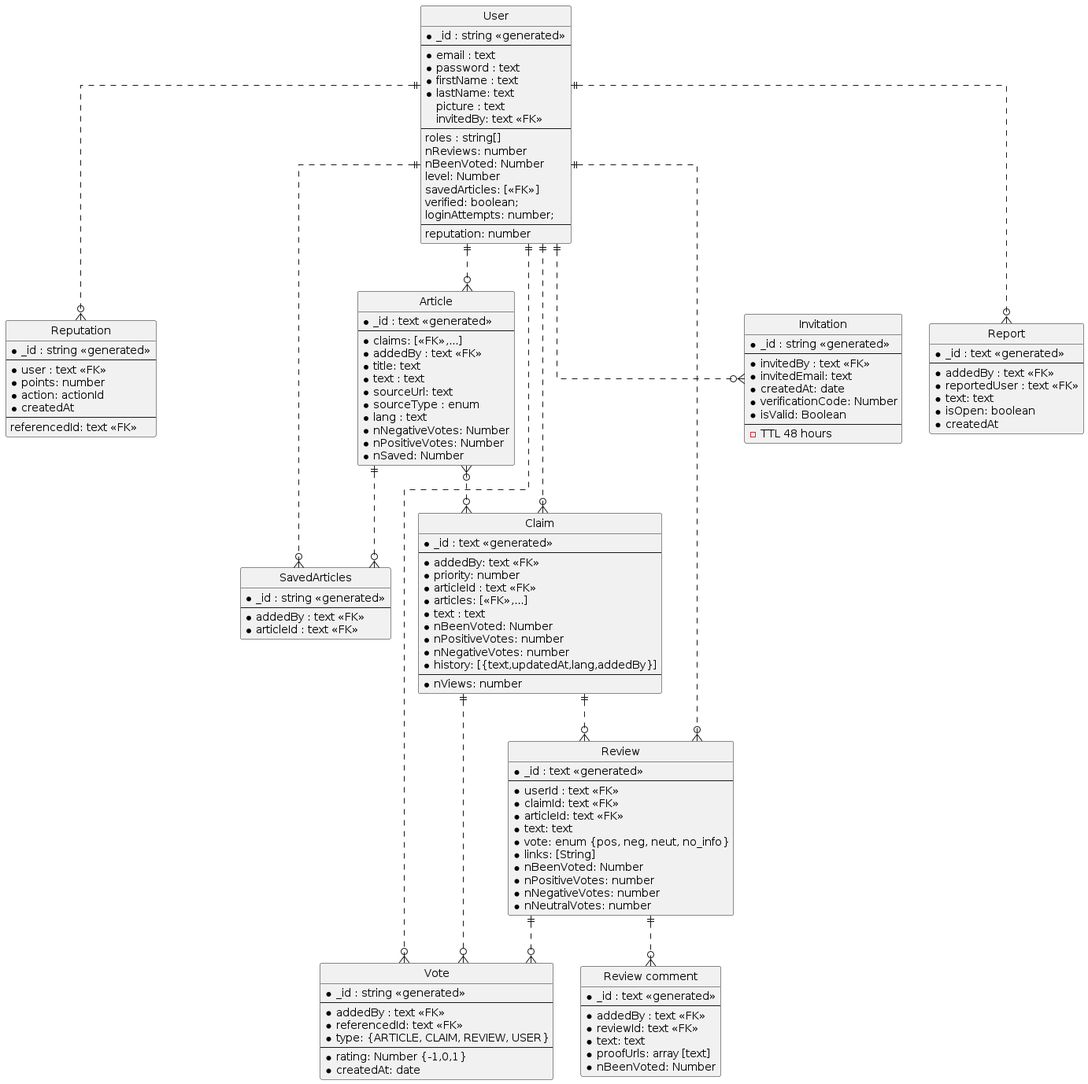
Above: uml_docs/output/Entity relations.png in aic-factcheck/fact_check_api (PlantUML), before the change. Its diagram source:
```plantuml
@startuml Entity relations
hide circle

skinparam linetype ortho

entity "User" as user {
  *_id : string <<generated>>
  --
  *email : text
  *password : text
  *firstName : text
  *lastName: text
  picture : text
  invitedBy: text <<FK>>
  --
  roles : string[]
  nReviews: number
  nBeenVoted: Number
  level: Number
  savedArticles: [<<FK>>]
  verified: boolean;
  loginAttempts: number;
  --
  reputation: number
}

entity "Reputation" as rep {
  *_id : string <<generated>>
  --
  *user : text <<FK>>
  *points: number
  *action: actionId
  *createdAt
  --
  referencedId: text <<FK>>
}

entity "SavedArticles" as saved {
  *_id : string <<generated>>
  --
  *addedBy : text <<FK>>
  *articleId : text <<FK>>
}

entity "Invitation" as inv {
  *_id : string <<generated>>
  --
  *invitedBy : text <<FK>>
  *invitedEmail: text
  *createdAt: date
  *verificationCode: Number
  *isValid: Boolean
  --
  - TTL 48 hours
}

entity "Vote" as vote {
  *_id : string <<generated>>
  --
  *addedBy : text <<FK>>
  *referencedId: text <<FK>>
  *type: {ARTICLE, CLAIM, REVIEW, USER}
  --
  *rating: Number {-1,0,1}
  *createdAt: date
}

entity "Article" as article {
  *_id : text <<generated>>
  --
  *claims: [<<FK>>,...]
  *addedBy : text <<FK>>
  *title: text
  *text : text
  *sourceUrl: text
  *sourceType : enum
  *lang : text
  *nNegativeVotes: Number
  *nPositiveVotes: Number
  *nSaved: Number
}

entity "Claim" as claim {
  *_id : text <<generated>>
  --
  *addedBy: text <<FK>>
  *priority: number
  *articleId : text <<FK>>
  *articles: [<<FK>>,...]
  *text : text
  *nBeenVoted: Number
  *nPositiveVotes: number
  *nNegativeVotes: number
  *history: [{text,updatedAt,lang,addedBy}]
  --
  *nViews: number
}

entity "Review" as review {
  *_id : text <<generated>>
  --
  *userId : text <<FK>>
  *claimId: text <<FK>>
  *articleId: text <<FK>>
  *text: text
  *vote: enum {pos, neg, neut, no_info}
  *links: [String]
  *nBeenVoted: Number
  *nPositiveVotes: number
  *nNegativeVotes: number
  *nNeutralVotes: number
}

entity "Review comment" as reviewComment {
  *_id : text <<generated>>
  --
  *addedBy : text <<FK>>
  *reviewId: text <<FK>>
  *text: text
  *proofUrls: array [text]
  *nBeenVoted: Number
}

entity "Report" as report {
  *_id : text <<generated>>
  --
  *addedBy : text <<FK>>
  *reportedUser : text <<FK>>
  *text: text
  *isOpen: boolean
  *createdAt
}

user ||..o{ article
user ||..o{ inv
user ||..o{ saved
user ||..o{ vote
user ||..o{ rep
user ||..o{ report
article }o..o{ claim
article ||..o{ saved
user ||..o{ review
claim ||..o{ review
claim }o..|| user
claim ||..o{ vote
review ||..o{ reviewComment
review ||..o{ vote
@enduml
```
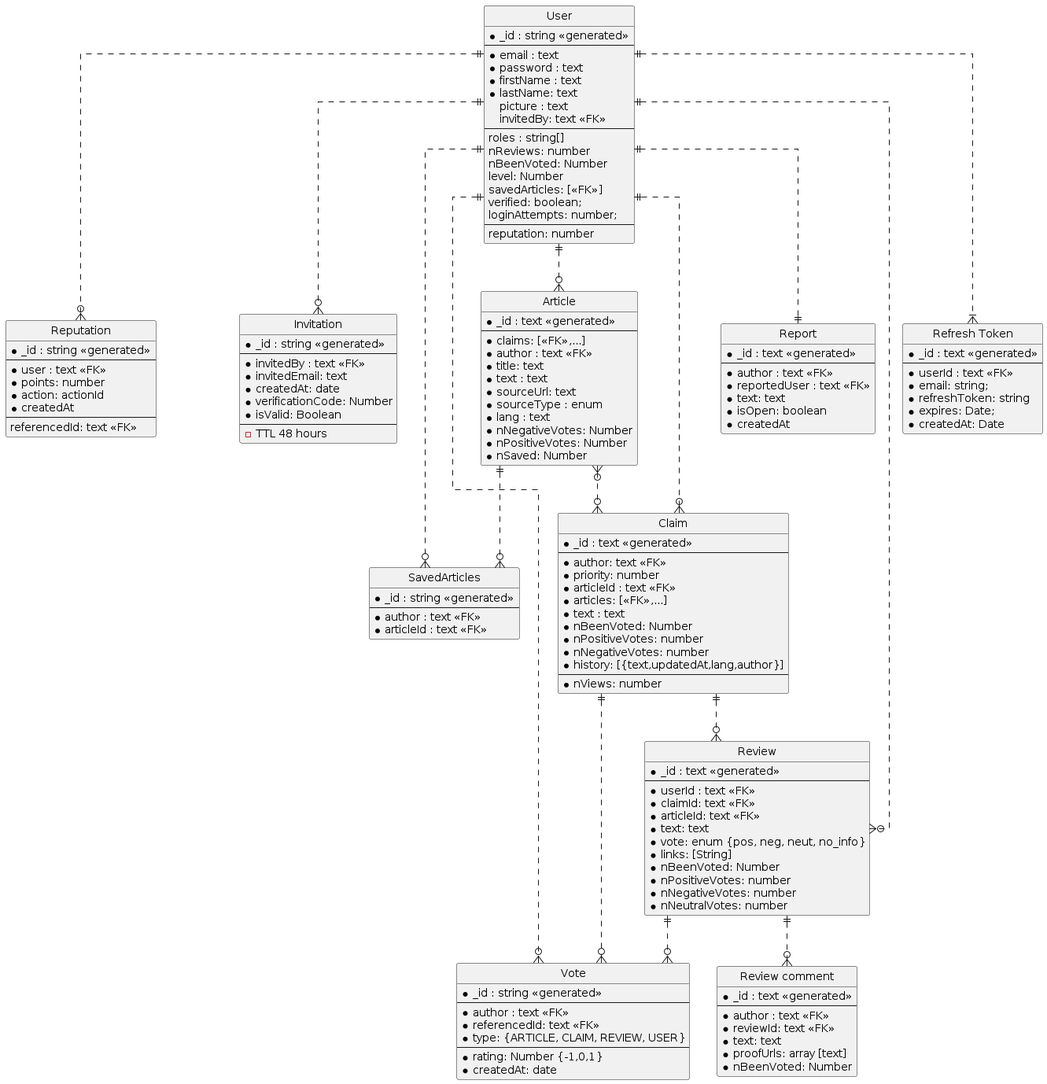
After the commit.

Diff of the diagram source:
```diff
@@ -38,7 +38,7 @@
 entity "SavedArticles" as saved {
   *_id : string <<generated>>
   --
-  *addedBy : text <<FK>>
+  *author : text <<FK>>
   *articleId : text <<FK>>
 }
 
@@ -57,7 +57,7 @@
 entity "Vote" as vote {
   *_id : string <<generated>>
   --
-  *addedBy : text <<FK>>
+  *author : text <<FK>>
   *referencedId: text <<FK>>
   *type: {ARTICLE, CLAIM, REVIEW, USER}
   --
@@ -69,7 +69,7 @@
   *_id : text <<generated>>
   --
   *claims: [<<FK>>,...]
-  *addedBy : text <<FK>>
+  *author : text <<FK>>
   *title: text
   *text : text
   *sourceUrl: text
@@ -83,7 +83,7 @@
 entity "Claim" as claim {
   *_id : text <<generated>>
   --
-  *addedBy: text <<FK>>
+  *author: text <<FK>>
   *priority: number
   *articleId : text <<FK>>
   *articles: [<<FK>>,...]
@@ -91,7 +91,7 @@
   *nBeenVoted: Number
   *nPositiveVotes: number
   *nNegativeVotes: number
-  *history: [{text,updatedAt,lang,addedBy}]
+  *history: [{text,updatedAt,lang,author}]
   --
   *nViews: number
 }
@@ -114,7 +114,7 @@
 entity "Review comment" as reviewComment {
   *_id : text <<generated>>
   --
-  *addedBy : text <<FK>>
+  *author : text <<FK>>
   *reviewId: text <<FK>>
   *text: text
   *proofUrls: array [text]
@@ -124,11 +124,21 @@
 entity "Report" as report {
   *_id : text <<generated>>
   --
-  *addedBy : text <<FK>>
+  *author : text <<FK>>
   *reportedUser : text <<FK>>
   *text: text
   *isOpen: boolean
   *createdAt
+}
+
+entity "Refresh Token" as refresh {
+  *_id : text <<generated>>
+  --
+  *userId : text <<FK>>
+  *email: string;
+  *refreshToken: string
+  *expires: Date;
+  *createdAt: Date
 }
 
 user ||..o{ article
@@ -136,7 +146,8 @@
 user ||..o{ saved
 user ||..o{ vote
 user ||..o{ rep
-user ||..o{ report
+user ||..|| report
+user ||..|{ refresh
 article }o..o{ claim
 article ||..o{ saved
 user ||..o{ review
```
